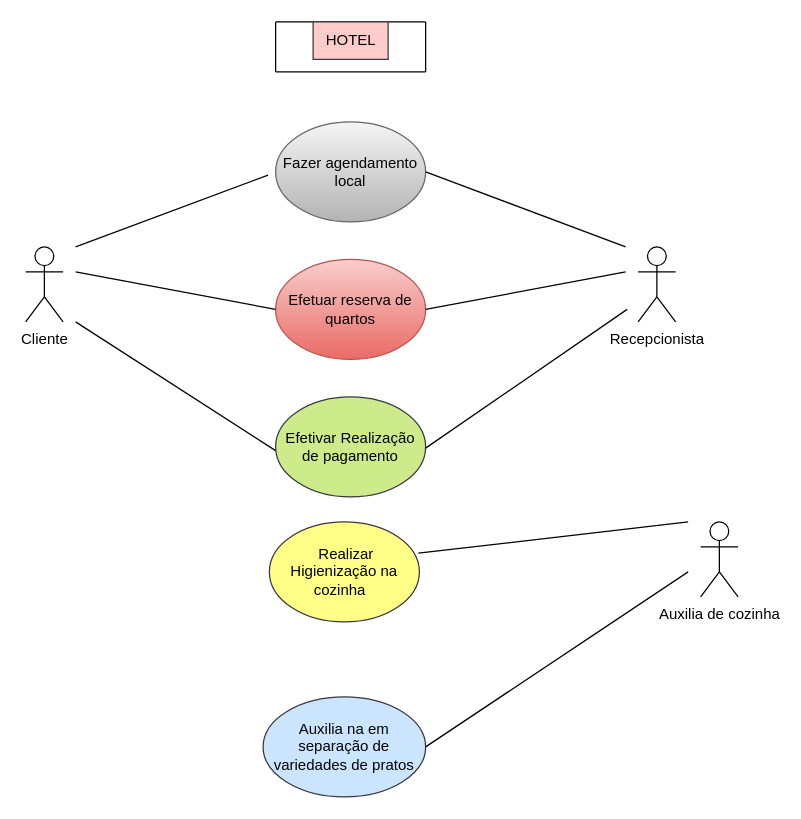
Above: page "pagina3" (2 of 11) of Diagrama sem nome.drawio in helio0278/diagramasderequisitos (draw.io), before the change. Source tidied: cells renumbered, new cells numbered last; positions are measured from the earlier drawing's top-left corner, leaving out a move shared by most shapes. Both pictures are drawn from the tidied source at 125%, with x=0, y=0 at pixel (25, 21).
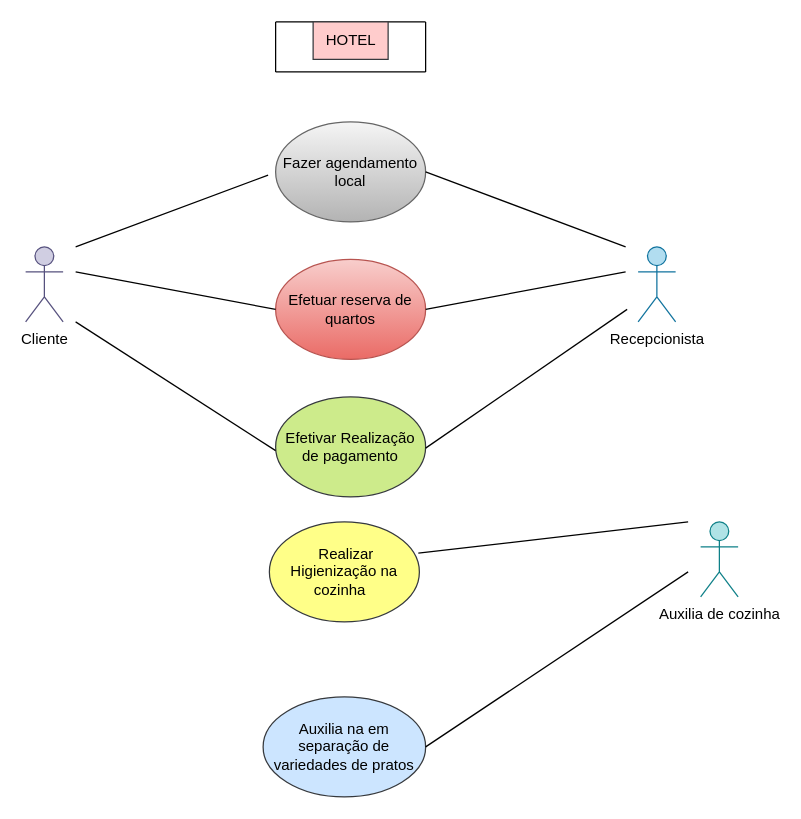
Above is the later version.

The edit, as a diff of the source:
```diff
@@
-    <mxCell id="2" value="Cliente" style="shape=umlActor;verticalLabelPosition=bottom;verticalAlign=top;html=1;" parent="1" vertex="1">
+    <mxCell id="2" value="Cliente" style="shape=umlActor;verticalLabelPosition=bottom;verticalAlign=top;html=1;fillColor=#d0cee2;strokeColor=#56517e;" parent="1" vertex="1">
       <mxGeometry y="180" width="30" height="60" as="geometry" />
     </mxCell>
-    <mxCell id="3" value="Recepcionista" style="shape=umlActor;verticalLabelPosition=bottom;verticalAlign=top;html=1;" parent="1" vertex="1">
+    <mxCell id="3" value="Recepcionista" style="shape=umlActor;verticalLabelPosition=bottom;verticalAlign=top;html=1;fillColor=#b1ddf0;strokeColor=#10739e;" parent="1" vertex="1">
       <mxGeometry x="490" y="180" width="30" height="60" as="geometry" />
     </mxCell>
-    <mxCell id="4" value="Auxilia de cozinha" style="shape=umlActor;verticalLabelPosition=bottom;verticalAlign=top;html=1;" parent="1" vertex="1">
+    <mxCell id="4" value="Auxilia de cozinha" style="shape=umlActor;verticalLabelPosition=bottom;verticalAlign=top;html=1;fillColor=#b0e3e6;strokeColor=#0e8088;" parent="1" vertex="1">
       <mxGeometry x="540" y="400" width="30" height="60" as="geometry" />
     </mxCell>
```
